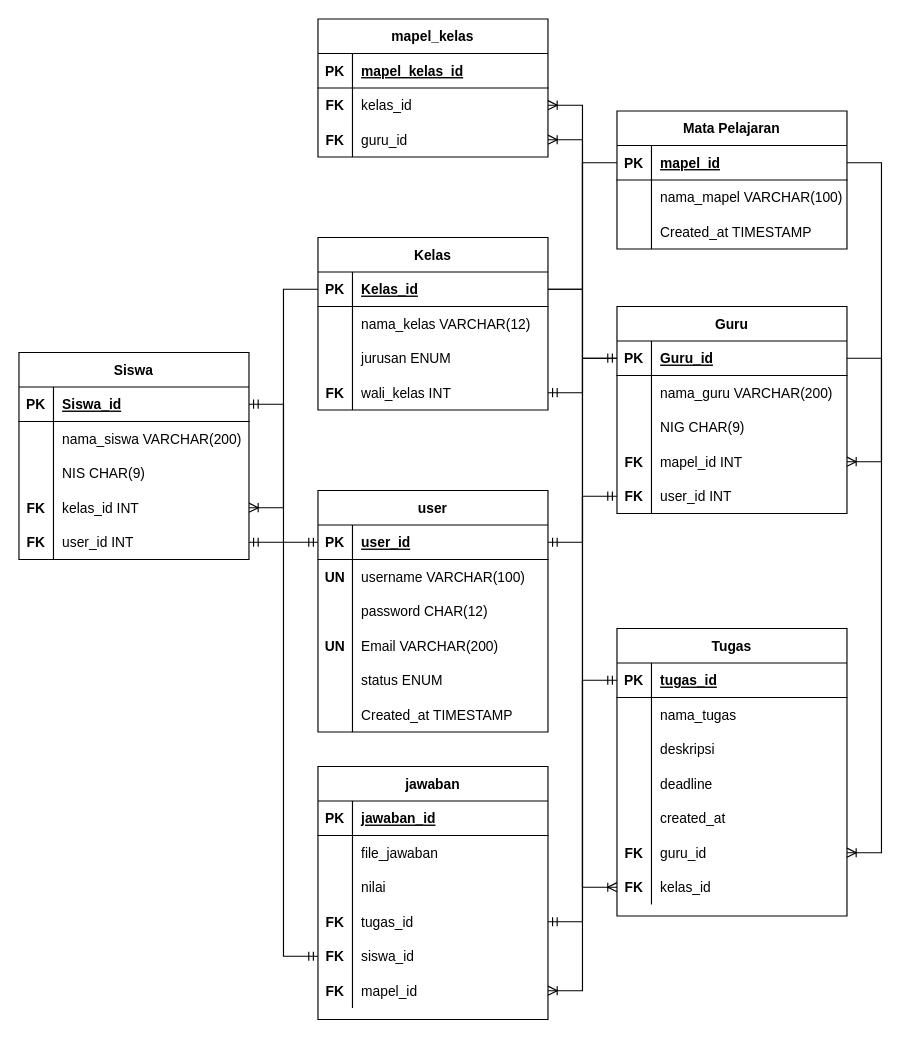
This is Database/proyek1dbdesign.drawio from DzakiyDzakwan/Tugas-Besar-Promweb, a draw.io file, before an edit. Source tidied: cells renumbered, new cells numbered last; positions are measured from the earlier drawing's top-left corner, leaving out a move shared by most shapes. Both pictures are drawn from the tidied source at 115%, with x=0, y=0 at pixel (18, 18).
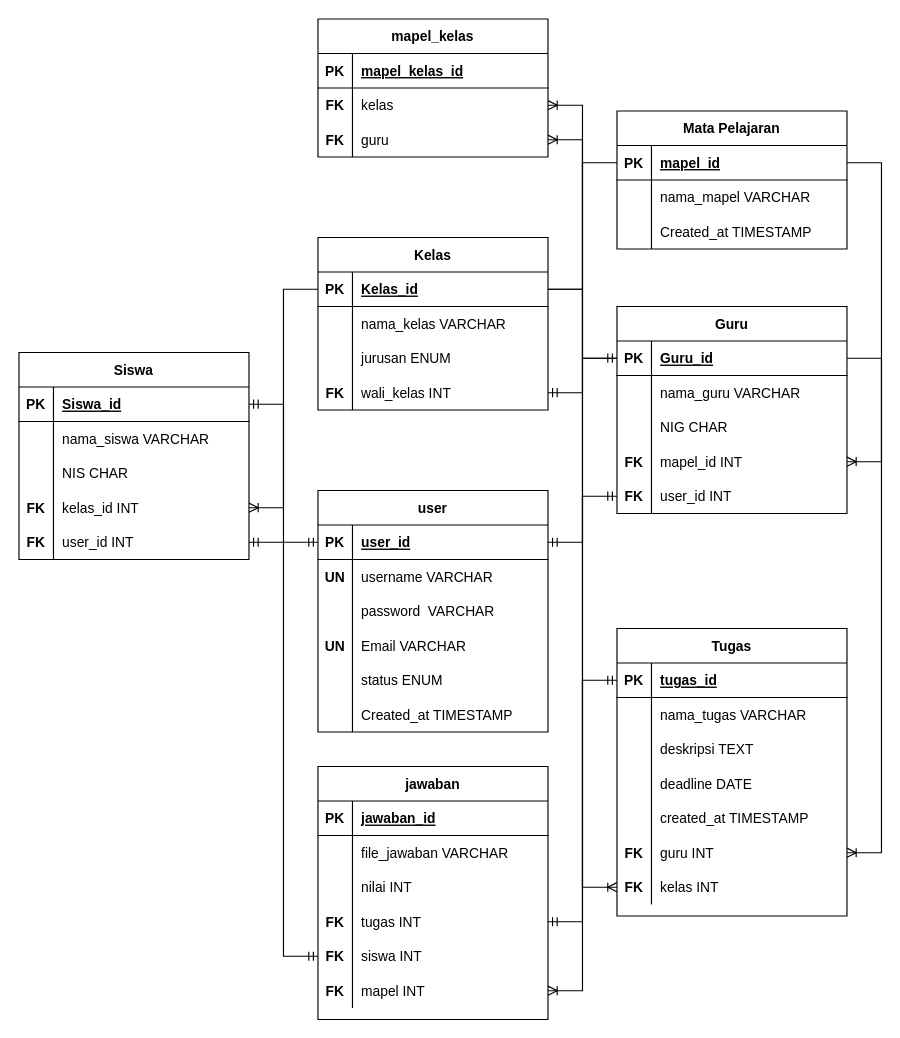
The same page after the edit.

Commit message (it also covers changes not shown here):
little change -jaki

Unchanged cells that the change refers to:
```xml
<mxCell id="6" style="shape=partialRectangle;fillColor=none;top=0;left=0;bottom=0;right=0;" parent="2" vertex="1">
  <mxGeometry y="60" width="200" height="30" as="geometry" />
</mxCell>
<mxCell id="9" style="shape=partialRectangle;fillColor=none;top=0;left=0;bottom=0;right=0;" parent="2" vertex="1">
  <mxGeometry y="90" width="200" height="30" as="geometry" />
</mxCell>
<mxCell id="12" style="shape=partialRectangle;fillColor=none;top=0;left=0;bottom=0;right=0;" parent="2" vertex="1">
  <mxGeometry y="120" width="200" height="30" as="geometry" />
</mxCell>
<mxCell id="25" style="shape=partialRectangle;fillColor=none;top=0;left=0;bottom=0;right=0;" parent="21" vertex="1">
  <mxGeometry y="60" width="200" height="30" as="geometry" />
</mxCell>
<mxCell id="28" style="shape=partialRectangle;fillColor=none;top=0;left=0;bottom=0;right=0;" parent="21" vertex="1">
  <mxGeometry y="90" width="200" height="30" as="geometry" />
</mxCell>
<mxCell id="41" style="shape=partialRectangle;fillColor=none;top=0;left=0;bottom=0;right=0;" parent="37" vertex="1">
  <mxGeometry y="60" width="200" height="30" as="geometry" />
</mxCell>
<mxCell id="44" style="shape=partialRectangle;fillColor=none;top=0;left=0;bottom=0;right=0;" parent="37" vertex="1">
  <mxGeometry y="90" width="200" height="30" as="geometry" />
</mxCell>
<mxCell id="57" style="shape=partialRectangle;fillColor=none;top=0;left=0;bottom=0;right=0;" parent="53" vertex="1">
  <mxGeometry y="60" width="200" height="30" as="geometry" />
</mxCell>
<mxCell id="70" style="shape=partialRectangle;fillColor=none;top=0;left=0;bottom=0;right=0;" parent="66" vertex="1">
  <mxGeometry y="60" width="200" height="30" as="geometry" />
</mxCell>
<mxCell id="80" style="shape=partialRectangle;fillColor=none;top=0;left=0;bottom=0;right=0;points=[[0,0.5],[1,0.5]];portConstraint=eastwest;" parent="76" vertex="1">
  <mxGeometry y="60" width="200" height="30" as="geometry" />
</mxCell>
<mxCell id="83" style="shape=partialRectangle;fillColor=none;top=0;left=0;bottom=0;right=0;points=[[0,0.5],[1,0.5]];portConstraint=eastwest;" parent="76" vertex="1">
  <mxGeometry y="90" width="200" height="30" as="geometry" />
</mxCell>
<mxCell id="97" style="shape=partialRectangle;fillColor=none;top=0;left=0;bottom=0;right=0;" parent="93" vertex="1">
  <mxGeometry y="60" width="200" height="30" as="geometry" />
</mxCell>
<mxCell id="100" style="shape=partialRectangle;fillColor=none;top=0;left=0;bottom=0;right=0;" parent="93" vertex="1">
  <mxGeometry y="90" width="200" height="30" as="geometry" />
</mxCell>
<mxCell id="103" style="shape=partialRectangle;fillColor=none;top=0;left=0;bottom=0;right=0;" parent="93" vertex="1">
  <mxGeometry y="120" width="200" height="30" as="geometry" />
</mxCell>
<mxCell id="106" style="shape=partialRectangle;fillColor=none;top=0;left=0;bottom=0;right=0;" parent="93" vertex="1">
  <mxGeometry y="150" width="200" height="30" as="geometry" />
</mxCell>
<mxCell id="109" style="shape=partialRectangle;fillColor=none;top=0;left=0;bottom=0;right=0;points=[[0,0.5],[1,0.5]];portConstraint=eastwest;" parent="93" vertex="1">
  <mxGeometry y="180" width="200" height="30" as="geometry" />
</mxCell>
<mxCell id="112" style="shape=partialRectangle;fillColor=none;top=0;left=0;bottom=0;right=0;points=[[0,0.5],[1,0.5]];portConstraint=eastwest;" parent="93" vertex="1">
  <mxGeometry y="210" width="200" height="30" as="geometry" />
</mxCell>
<mxCell id="120" style="shape=partialRectangle;fillColor=none;top=0;left=0;bottom=0;right=0;" parent="116" vertex="1">
  <mxGeometry y="60" width="200" height="30" as="geometry" />
</mxCell>
<mxCell id="123" style="shape=partialRectangle;fillColor=none;top=0;left=0;bottom=0;right=0;" parent="116" vertex="1">
  <mxGeometry y="90" width="200" height="30" as="geometry" />
</mxCell>
<mxCell id="126" style="shape=partialRectangle;fillColor=none;top=0;left=0;bottom=0;right=0;points=[[0,0.5],[1,0.5]];portConstraint=eastwest;" parent="116" vertex="1">
  <mxGeometry y="120" width="200" height="30" as="geometry" />
</mxCell>
<mxCell id="129" style="shape=partialRectangle;fillColor=none;top=0;left=0;bottom=0;right=0;points=[[0,0.5],[1,0.5]];portConstraint=eastwest;" parent="116" vertex="1">
  <mxGeometry y="150" width="200" height="30" as="geometry" />
</mxCell>
<mxCell id="132" style="shape=partialRectangle;fillColor=none;top=0;left=0;bottom=0;right=0;points=[[0,0.5],[1,0.5]];portConstraint=eastwest;" parent="116" vertex="1">
  <mxGeometry y="180" width="200" height="30" as="geometry" />
</mxCell>
```

What changed in the source:
```diff
@@
-    <mxCell id="8" value="username VARCHAR(100)" style="shape=partialRectangle;fillColor=none;top=0;left=0;bottom=0;right=0;align=left;spacingLeft=6;overflow=hidden;" parent="6" vertex="1">
+    <mxCell id="8" value="username VARCHAR" style="shape=partialRectangle;fillColor=none;top=0;left=0;bottom=0;right=0;align=left;spacingLeft=6;overflow=hidden;" parent="6" vertex="1">
       <mxGeometry x="30" width="170" height="30" as="geometry" />
     </mxCell>
@@
-    <mxCell id="11" value="password CHAR(12)" style="shape=partialRectangle;fillColor=none;top=0;left=0;bottom=0;right=0;align=left;spacingLeft=6;overflow=hidden;" parent="9" vertex="1">
+    <mxCell id="11" value="password  VARCHAR" style="shape=partialRectangle;fillColor=none;top=0;left=0;bottom=0;right=0;align=left;spacingLeft=6;overflow=hidden;" parent="9" vertex="1">
       <mxGeometry x="30" width="170" height="30" as="geometry" />
     </mxCell>
@@
-    <mxCell id="14" value="Email VARCHAR(200)" style="shape=partialRectangle;fillColor=none;top=0;left=0;bottom=0;right=0;align=left;spacingLeft=6;overflow=hidden;" parent="12" vertex="1">
+    <mxCell id="14" value="Email VARCHAR" style="shape=partialRectangle;fillColor=none;top=0;left=0;bottom=0;right=0;align=left;spacingLeft=6;overflow=hidden;" parent="12" vertex="1">
       <mxGeometry x="30" width="170" height="30" as="geometry" />
     </mxCell>
@@
-    <mxCell id="27" value="nama_siswa VARCHAR(200)" style="shape=partialRectangle;fillColor=none;top=0;left=0;bottom=0;right=0;align=left;spacingLeft=6;overflow=hidden;" parent="25" vertex="1">
+    <mxCell id="27" value="nama_siswa VARCHAR" style="shape=partialRectangle;fillColor=none;top=0;left=0;bottom=0;right=0;align=left;spacingLeft=6;overflow=hidden;" parent="25" vertex="1">
       <mxGeometry x="30" width="170" height="30" as="geometry" />
     </mxCell>
@@
-    <mxCell id="30" value="NIS CHAR(9)" style="shape=partialRectangle;fillColor=none;top=0;left=0;bottom=0;right=0;align=left;spacingLeft=6;overflow=hidden;" parent="28" vertex="1">
+    <mxCell id="30" value="NIS CHAR" style="shape=partialRectangle;fillColor=none;top=0;left=0;bottom=0;right=0;align=left;spacingLeft=6;overflow=hidden;" parent="28" vertex="1">
       <mxGeometry x="30" width="170" height="30" as="geometry" />
     </mxCell>
@@
-    <mxCell id="43" value="nama_guru VARCHAR(200)" style="shape=partialRectangle;fillColor=none;top=0;left=0;bottom=0;right=0;align=left;spacingLeft=6;overflow=hidden;" parent="41" vertex="1">
+    <mxCell id="43" value="nama_guru VARCHAR" style="shape=partialRectangle;fillColor=none;top=0;left=0;bottom=0;right=0;align=left;spacingLeft=6;overflow=hidden;" parent="41" vertex="1">
       <mxGeometry x="30" width="170" height="30" as="geometry" />
     </mxCell>
@@
-    <mxCell id="46" value="NIG CHAR(9)" style="shape=partialRectangle;fillColor=none;top=0;left=0;bottom=0;right=0;align=left;spacingLeft=6;overflow=hidden;" parent="44" vertex="1">
+    <mxCell id="46" value="NIG CHAR" style="shape=partialRectangle;fillColor=none;top=0;left=0;bottom=0;right=0;align=left;spacingLeft=6;overflow=hidden;" parent="44" vertex="1">
       <mxGeometry x="30" width="170" height="30" as="geometry" />
     </mxCell>
@@
-    <mxCell id="59" value="nama_kelas VARCHAR(12)" style="shape=partialRectangle;fillColor=none;top=0;left=0;bottom=0;right=0;align=left;spacingLeft=6;overflow=hidden;" parent="57" vertex="1">
+    <mxCell id="59" value="nama_kelas VARCHAR" style="shape=partialRectangle;fillColor=none;top=0;left=0;bottom=0;right=0;align=left;spacingLeft=6;overflow=hidden;" parent="57" vertex="1">
       <mxGeometry x="30" width="170" height="30" as="geometry" />
     </mxCell>
@@
-    <mxCell id="72" value="nama_mapel VARCHAR(100)" style="shape=partialRectangle;fillColor=none;top=0;left=0;bottom=0;right=0;align=left;spacingLeft=6;overflow=hidden;" parent="70" vertex="1">
+    <mxCell id="72" value="nama_mapel VARCHAR" style="shape=partialRectangle;fillColor=none;top=0;left=0;bottom=0;right=0;align=left;spacingLeft=6;overflow=hidden;" parent="70" vertex="1">
       <mxGeometry x="30" width="170" height="30" as="geometry" />
     </mxCell>
@@
-    <mxCell id="82" value="kelas_id" style="shape=partialRectangle;fillColor=none;top=0;left=0;bottom=0;right=0;align=left;spacingLeft=6;overflow=hidden;" parent="80" vertex="1">
+    <mxCell id="82" value="kelas" style="shape=partialRectangle;fillColor=none;top=0;left=0;bottom=0;right=0;align=left;spacingLeft=6;overflow=hidden;" parent="80" vertex="1">
       <mxGeometry x="30" width="170" height="30" as="geometry" />
     </mxCell>
@@
-    <mxCell id="85" value="guru_id" style="shape=partialRectangle;fillColor=none;top=0;left=0;bottom=0;right=0;align=left;spacingLeft=6;overflow=hidden;" parent="83" vertex="1">
+    <mxCell id="85" value="guru" style="shape=partialRectangle;fillColor=none;top=0;left=0;bottom=0;right=0;align=left;spacingLeft=6;overflow=hidden;" parent="83" vertex="1">
       <mxGeometry x="30" width="170" height="30" as="geometry" />
     </mxCell>
@@
-    <mxCell id="99" value="nama_tugas" style="shape=partialRectangle;fillColor=none;top=0;left=0;bottom=0;right=0;align=left;spacingLeft=6;overflow=hidden;" parent="97" vertex="1">
+    <mxCell id="99" value="nama_tugas VARCHAR" style="shape=partialRectangle;fillColor=none;top=0;left=0;bottom=0;right=0;align=left;spacingLeft=6;overflow=hidden;" parent="97" vertex="1">
       <mxGeometry x="30" width="170" height="30" as="geometry" />
     </mxCell>
@@
-    <mxCell id="102" value="deskripsi" style="shape=partialRectangle;fillColor=none;top=0;left=0;bottom=0;right=0;align=left;spacingLeft=6;overflow=hidden;" parent="100" vertex="1">
+    <mxCell id="102" value="deskripsi TEXT" style="shape=partialRectangle;fillColor=none;top=0;left=0;bottom=0;right=0;align=left;spacingLeft=6;overflow=hidden;" parent="100" vertex="1">
       <mxGeometry x="30" width="170" height="30" as="geometry" />
     </mxCell>
@@
-    <mxCell id="105" value="deadline" style="shape=partialRectangle;fillColor=none;top=0;left=0;bottom=0;right=0;align=left;spacingLeft=6;overflow=hidden;" parent="103" vertex="1">
+    <mxCell id="105" value="deadline DATE" style="shape=partialRectangle;fillColor=none;top=0;left=0;bottom=0;right=0;align=left;spacingLeft=6;overflow=hidden;" parent="103" vertex="1">
       <mxGeometry x="30" width="170" height="30" as="geometry" />
     </mxCell>
@@
-    <mxCell id="108" value="created_at" style="shape=partialRectangle;fillColor=none;top=0;left=0;bottom=0;right=0;align=left;spacingLeft=6;overflow=hidden;" parent="106" vertex="1">
+    <mxCell id="108" value="created_at TIMESTAMP" style="shape=partialRectangle;fillColor=none;top=0;left=0;bottom=0;right=0;align=left;spacingLeft=6;overflow=hidden;" parent="106" vertex="1">
       <mxGeometry x="30" width="170" height="30" as="geometry" />
     </mxCell>
@@
-    <mxCell id="111" value="guru_id" style="shape=partialRectangle;fillColor=none;top=0;left=0;bottom=0;right=0;align=left;spacingLeft=6;overflow=hidden;" parent="109" vertex="1">
+    <mxCell id="111" value="guru INT" style="shape=partialRectangle;fillColor=none;top=0;left=0;bottom=0;right=0;align=left;spacingLeft=6;overflow=hidden;" parent="109" vertex="1">
       <mxGeometry x="30" width="170" height="30" as="geometry" />
     </mxCell>
@@
-    <mxCell id="114" value="kelas_id" style="shape=partialRectangle;fillColor=none;top=0;left=0;bottom=0;right=0;align=left;spacingLeft=6;overflow=hidden;" parent="112" vertex="1">
+    <mxCell id="114" value="kelas INT" style="shape=partialRectangle;fillColor=none;top=0;left=0;bottom=0;right=0;align=left;spacingLeft=6;overflow=hidden;" parent="112" vertex="1">
       <mxGeometry x="30" width="170" height="30" as="geometry" />
     </mxCell>
@@
-    <mxCell id="122" value="file_jawaban" style="shape=partialRectangle;fillColor=none;top=0;left=0;bottom=0;right=0;align=left;spacingLeft=6;overflow=hidden;" parent="120" vertex="1">
+    <mxCell id="122" value="file_jawaban VARCHAR" style="shape=partialRectangle;fillColor=none;top=0;left=0;bottom=0;right=0;align=left;spacingLeft=6;overflow=hidden;" parent="120" vertex="1">
       <mxGeometry x="30" width="170" height="30" as="geometry" />
     </mxCell>
@@
-    <mxCell id="125" value="nilai" style="shape=partialRectangle;fillColor=none;top=0;left=0;bottom=0;right=0;align=left;spacingLeft=6;overflow=hidden;" parent="123" vertex="1">
+    <mxCell id="125" value="nilai INT" style="shape=partialRectangle;fillColor=none;top=0;left=0;bottom=0;right=0;align=left;spacingLeft=6;overflow=hidden;" parent="123" vertex="1">
       <mxGeometry x="30" width="170" height="30" as="geometry" />
     </mxCell>
@@
-    <mxCell id="128" value="tugas_id" style="shape=partialRectangle;fillColor=none;top=0;left=0;bottom=0;right=0;align=left;spacingLeft=6;overflow=hidden;" parent="126" vertex="1">
+    <mxCell id="128" value="tugas INT" style="shape=partialRectangle;fillColor=none;top=0;left=0;bottom=0;right=0;align=left;spacingLeft=6;overflow=hidden;" parent="126" vertex="1">
       <mxGeometry x="30" width="170" height="30" as="geometry" />
     </mxCell>
@@
-    <mxCell id="131" value="siswa_id" style="shape=partialRectangle;fillColor=none;top=0;left=0;bottom=0;right=0;align=left;spacingLeft=6;overflow=hidden;" parent="129" vertex="1">
+    <mxCell id="131" value="siswa INT" style="shape=partialRectangle;fillColor=none;top=0;left=0;bottom=0;right=0;align=left;spacingLeft=6;overflow=hidden;" parent="129" vertex="1">
       <mxGeometry x="30" width="170" height="30" as="geometry" />
     </mxCell>
@@
-    <mxCell id="134" value="mapel_id" style="shape=partialRectangle;fillColor=none;top=0;left=0;bottom=0;right=0;align=left;spacingLeft=6;overflow=hidden;" parent="132" vertex="1">
+    <mxCell id="134" value="mapel INT" style="shape=partialRectangle;fillColor=none;top=0;left=0;bottom=0;right=0;align=left;spacingLeft=6;overflow=hidden;" parent="132" vertex="1">
       <mxGeometry x="30" width="170" height="30" as="geometry" />
     </mxCell>
```
